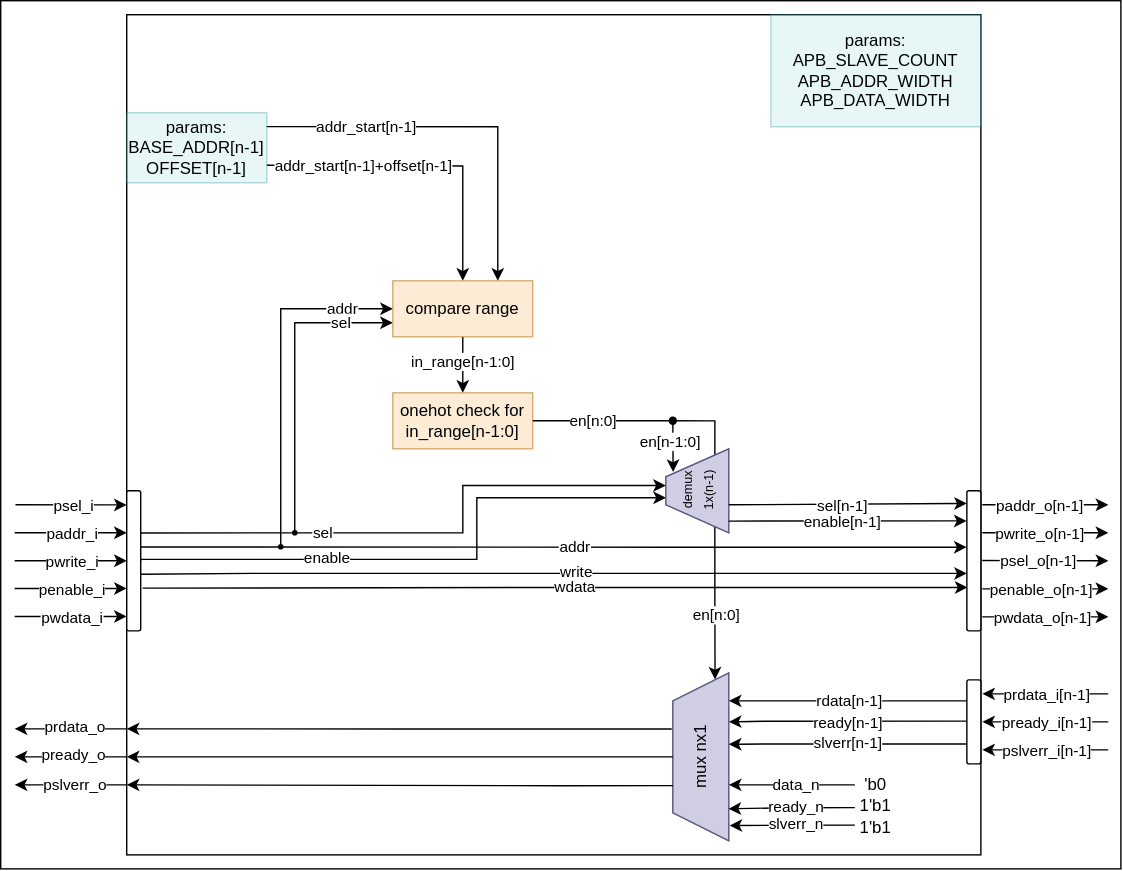
muziza/apb_demux keeps this draw.io diagram as doc/apb_demux_concept.drawio.svg. Above is the earlier version. Source tidied: cells renumbered, new cells last; positions are measured from the earlier drawing's top-left corner, leaving out a move shared by most shapes.
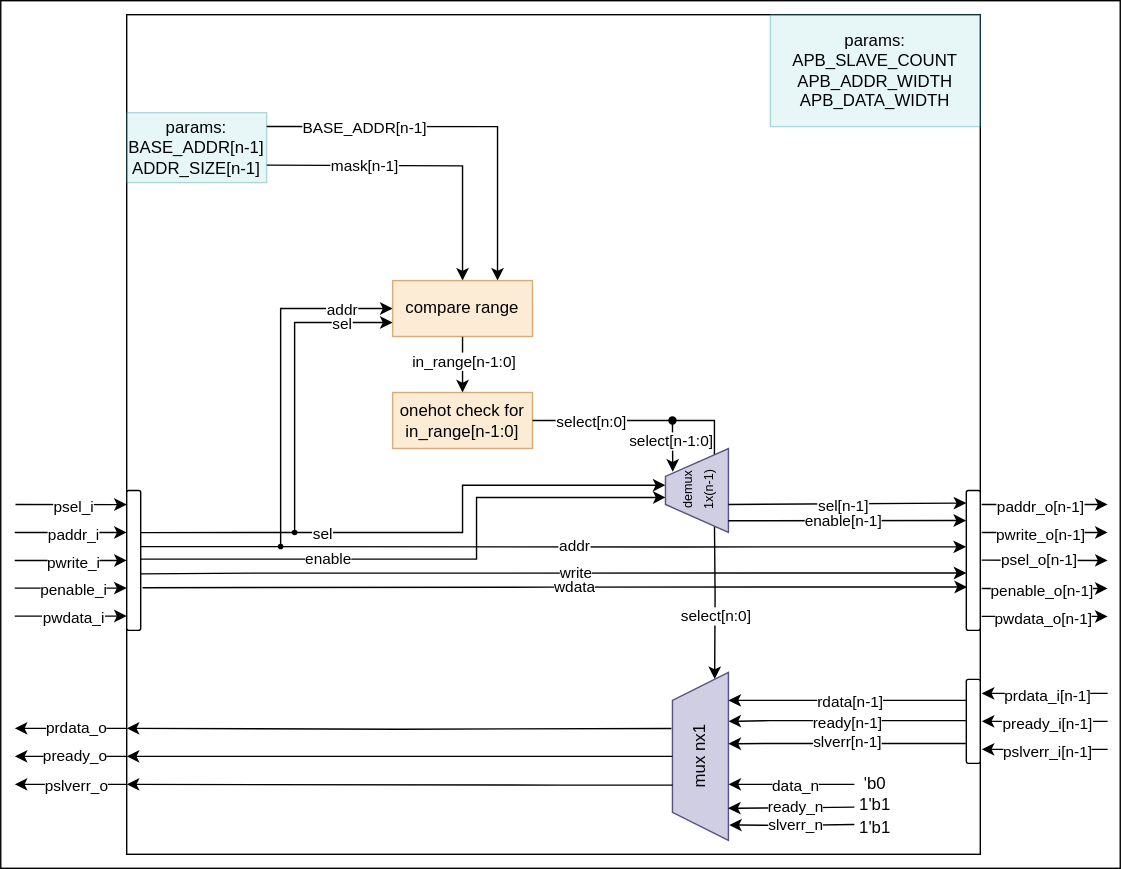
After the change.

What changed in the source:
```diff
@@ -2,7 +2,7 @@
   <root>
     <mxCell id="0" />
     <mxCell id="1" parent="0" />
-    <mxCell id="2" style="rounded=0;whiteSpace=wrap;html=1;fillColor=none;" parent="1" vertex="1">
+    <mxCell id="2" style="rounded=0;whiteSpace=wrap;html=1;fillColor=default;" parent="1" vertex="1">
       <mxGeometry width="800" height="620" as="geometry" />
     </mxCell>
     <mxCell id="3" style="rounded=0;whiteSpace=wrap;html=1;fillColor=none;" parent="1" vertex="1">
@@ -173,7 +173,7 @@
         <mxPoint x="510" y="370" as="sourcePoint" />
       </mxGeometry>
     </mxCell>
-    <mxCell id="37" value="en[n:0]" style="edgeLabel;html=1;align=center;verticalAlign=middle;" parent="36" vertex="1">
+    <mxCell id="37" value="select[n:0]" style="edgeLabel;html=1;align=center;verticalAlign=middle;" parent="36" vertex="1">
       <mxGeometry x="0.2" relative="1" as="geometry" />
     </mxCell>
     <mxCell id="38" style="rounded=1;whiteSpace=wrap;html=1;" parent="1" vertex="1">
@@ -351,7 +351,7 @@
         </Array>
       </mxGeometry>
     </mxCell>
-    <mxCell id="69" value="addr_start[n-1]" style="edgeLabel;html=1;align=center;verticalAlign=middle;" parent="68" vertex="1">
+    <mxCell id="69" value="BASE_ADDR[n-1]" style="edgeLabel;html=1;align=center;verticalAlign=middle;" parent="68" vertex="1">
       <mxGeometry x="-0.02" y="1" relative="1" as="geometry">
         <mxPoint x="-70" y="-1" as="offset" />
       </mxGeometry>
@@ -363,7 +363,7 @@
         </Array>
       </mxGeometry>
     </mxCell>
-    <mxCell id="71" value="addr_start[n-1]+offset[n-1]" style="edgeLabel;html=1;align=center;verticalAlign=middle;" parent="70" vertex="1">
+    <mxCell id="71" value="mask[n-1]" style="edgeLabel;html=1;align=center;verticalAlign=middle;" parent="70" vertex="1">
       <mxGeometry x="-0.02" y="1" relative="1" as="geometry">
         <mxPoint x="-44" y="-1" as="offset" />
       </mxGeometry>
@@ -416,7 +416,7 @@
         <mxPoint x="480" y="300" as="sourcePoint" />
       </mxGeometry>
     </mxCell>
-    <mxCell id="82" value="en[n-1:0]" style="edgeLabel;html=1;align=center;verticalAlign=middle;" parent="81" vertex="1">
+    <mxCell id="82" value="select[n-1:0]" style="edgeLabel;html=1;align=center;verticalAlign=middle;" parent="81" vertex="1">
       <mxGeometry x="-0.2" relative="1" as="geometry">
         <mxPoint x="-2" as="offset" />
       </mxGeometry>
@@ -436,7 +436,7 @@
     <mxCell id="87" style="edgeStyle=orthogonalEdgeStyle;rounded=0;jettySize=auto;html=1;startArrow=none;startFill=0;endArrow=none;endFill=0;entryDx=0;entryDy=0;" parent="1" edge="1" source="76" target="89">
       <mxGeometry relative="1" as="geometry" />
     </mxCell>
-    <mxCell id="88" value="en[n:0]" style="edgeLabel;html=1;align=center;verticalAlign=middle;" parent="87" vertex="1">
+    <mxCell id="88" value="select[n:0]" style="edgeLabel;html=1;align=center;verticalAlign=middle;" parent="87" vertex="1">
       <mxGeometry x="-0.08" relative="1" as="geometry">
         <mxPoint x="-4" as="offset" />
       </mxGeometry>
@@ -472,7 +472,7 @@
     <mxCell id="95" style="shape=waypoint;sketch=0;fillStyle=solid;size=6;fillColor=none;perimeter=centerPerimeter;strokeWidth=0;" parent="1" vertex="1">
       <mxGeometry x="190" y="380" width="20" height="20" as="geometry" />
     </mxCell>
-    <mxCell id="96" value="&lt;div&gt;params:&lt;/div&gt;BASE_ADDR[n-1]&lt;div&gt;OFFSET[n-1]&lt;/div&gt;" style="text;html=1;align=center;verticalAlign=middle;whiteSpace=wrap;rounded=0;glass=0;strokeColor=#0e8088;fillColor=#b0e3e6;opacity=30;" parent="1" vertex="1">
+    <mxCell id="96" value="&lt;div&gt;params:&lt;/div&gt;BASE_ADDR[n-1]&lt;div&gt;ADDR_SIZE[n-1]&lt;/div&gt;" style="text;html=1;align=center;verticalAlign=middle;whiteSpace=wrap;rounded=0;glass=0;strokeColor=#0e8088;fillColor=#b0e3e6;opacity=30;" parent="1" vertex="1">
       <mxGeometry x="90" y="80" width="100" height="50" as="geometry" />
     </mxCell>
   </root>
```
